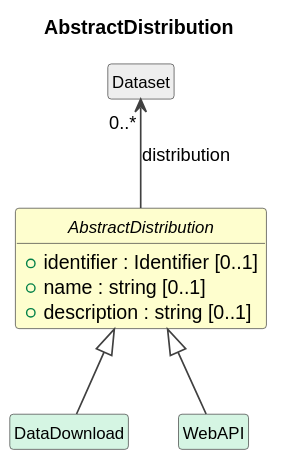
Before: cdif-uml-model/CDIFDiscovery/Classes/AbstractDistribution.svg, a diagram exported from PlantUML (Cross-Domain-Interoperability-Framework/metadataBuildingBlocks).
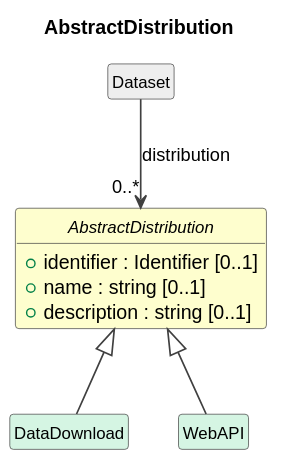
The same diagram one commit later.

Change to the diagram source:
```diff
@@ -20,5 +20,5 @@
 class "WebAPI" as WebAPI #D5F5E3
 AbstractDistribution <|-- WebAPI
 class "Dataset" as Dataset #EEEEEE
-Dataset "0..*" <-- AbstractDistribution : distribution
+Dataset --> "0..*" AbstractDistribution : distribution
 @enduml
```
